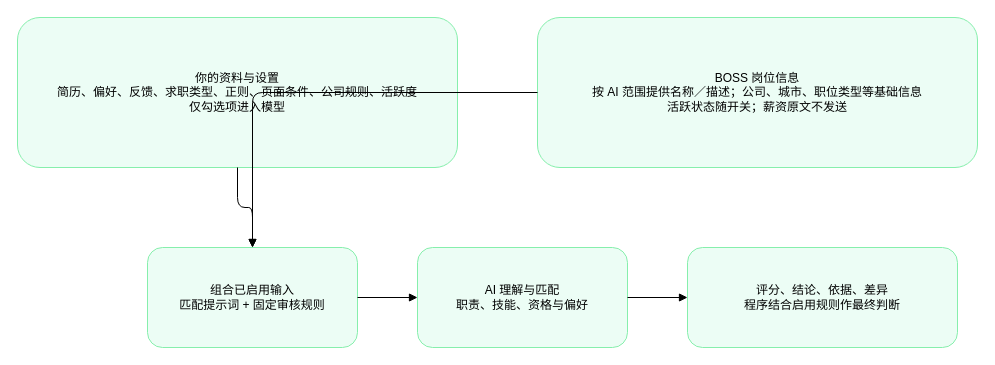
This is docs/model-input-flow.drawio from lovits/geekgeekrun, a draw.io file, before an edit. Source tidied: cells renumbered, new cells numbered last; positions are measured from the earlier drawing's top-left corner, leaving out a move shared by most shapes. Both pictures are drawn from the tidied source at 100%, with x=0, y=0 at pixel (17, 17).
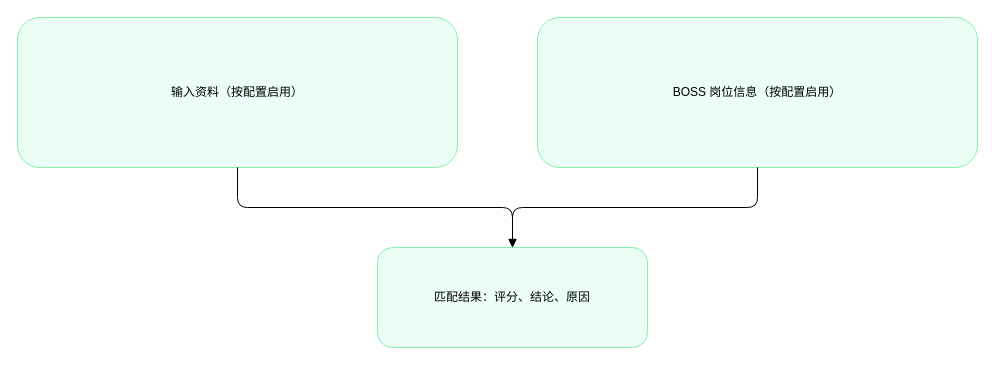
After the change.

Commit message (it also covers changes not shown here):
Simplify inline model flow and link to prompt editor

Diff of the diagram source:
```diff
@@
 <mxGraphModel>
   <root>
     <mxCell id="0" />
     <mxCell id="1" parent="0" />
-    <mxCell id="2" value="你的资料与设置&#10;简历、偏好、反馈、求职类型、正则、页面条件、公司规则、活跃度&#10;仅勾选项进入模型" style="rounded=1;whiteSpace=wrap;html=0;fillColor=#ecfdf5;strokeColor=#86efac;" parent="1" vertex="1">
+    <mxCell id="2" value="输入资料（按配置启用）" style="rounded=1;whiteSpace=wrap;html=0;fillColor=#ecfdf5;strokeColor=#86efac;" parent="1" vertex="1">
       <mxGeometry width="440" height="150" as="geometry" />
     </mxCell>
-    <mxCell id="3" value="BOSS 岗位信息&#10;按 AI 范围提供名称／描述；公司、城市、职位类型等基础信息&#10;活跃状态随开关；薪资原文不发送" style="rounded=1;whiteSpace=wrap;html=0;fillColor=#ecfdf5;strokeColor=#86efac;" parent="1" vertex="1">
+    <mxCell id="3" value="BOSS 岗位信息（按配置启用）" style="rounded=1;whiteSpace=wrap;html=0;fillColor=#ecfdf5;strokeColor=#86efac;" parent="1" vertex="1">
       <mxGeometry x="520" width="440" height="150" as="geometry" />
     </mxCell>
-    <mxCell id="4" value="组合已启用输入&#10;匹配提示词 + 固定审核规则" style="rounded=1;whiteSpace=wrap;html=0;fillColor=#ecfdf5;strokeColor=#86efac;" parent="1" vertex="1">
-      <mxGeometry x="130" y="230" width="210" height="100" as="geometry" />
-    </mxCell>
-    <mxCell id="5" value="AI 理解与匹配&#10;职责、技能、资格与偏好" style="rounded=1;whiteSpace=wrap;html=0;fillColor=#ecfdf5;strokeColor=#86efac;" parent="1" vertex="1">
-      <mxGeometry x="400" y="230" width="210" height="100" as="geometry" />
-    </mxCell>
-    <mxCell id="6" value="评分、结论、依据、差异&#10;程序结合启用规则作最终判断" style="rounded=1;whiteSpace=wrap;html=0;fillColor=#ecfdf5;strokeColor=#86efac;" parent="1" vertex="1">
-      <mxGeometry x="670" y="230" width="270" height="100" as="geometry" />
+    <mxCell id="6" value="匹配结果：评分、结论、原因" style="rounded=1;whiteSpace=wrap;html=0;fillColor=#ecfdf5;strokeColor=#86efac;" parent="1" vertex="1">
+      <mxGeometry x="360" y="230" width="270" height="100" as="geometry" />
     </mxCell>
-    <mxCell id="7" style="edgeStyle=orthogonalEdgeStyle;endArrow=block;" parent="1" edge="1" source="2" target="4">
-      <mxGeometry relative="1" as="geometry" />
-    </mxCell>
-    <mxCell id="8" style="edgeStyle=orthogonalEdgeStyle;endArrow=block;" parent="1" edge="1" source="3" target="4">
-      <mxGeometry relative="1" as="geometry" />
-    </mxCell>
-    <mxCell id="9" style="edgeStyle=orthogonalEdgeStyle;endArrow=block;" parent="1" edge="1" source="4" target="5">
-      <mxGeometry relative="1" as="geometry" />
-    </mxCell>
-    <mxCell id="10" style="edgeStyle=orthogonalEdgeStyle;endArrow=block;" parent="1" edge="1" source="5" target="6">
-      <mxGeometry relative="1" as="geometry" />
-    </mxCell>
+    <mxCell id="11" style="edgeStyle=orthogonalEdgeStyle;endArrow=block;" parent="1" edge="1" source="2" target="6">
+      <mxGeometry relative="1" as="geometry" />
+    </mxCell>
+    <mxCell id="12" style="edgeStyle=orthogonalEdgeStyle;endArrow=block;" parent="1" edge="1" source="3" target="6">
+      <mxGeometry relative="1" as="geometry" />
+    </mxCell>
   </root>
 </mxGraphModel>
```
